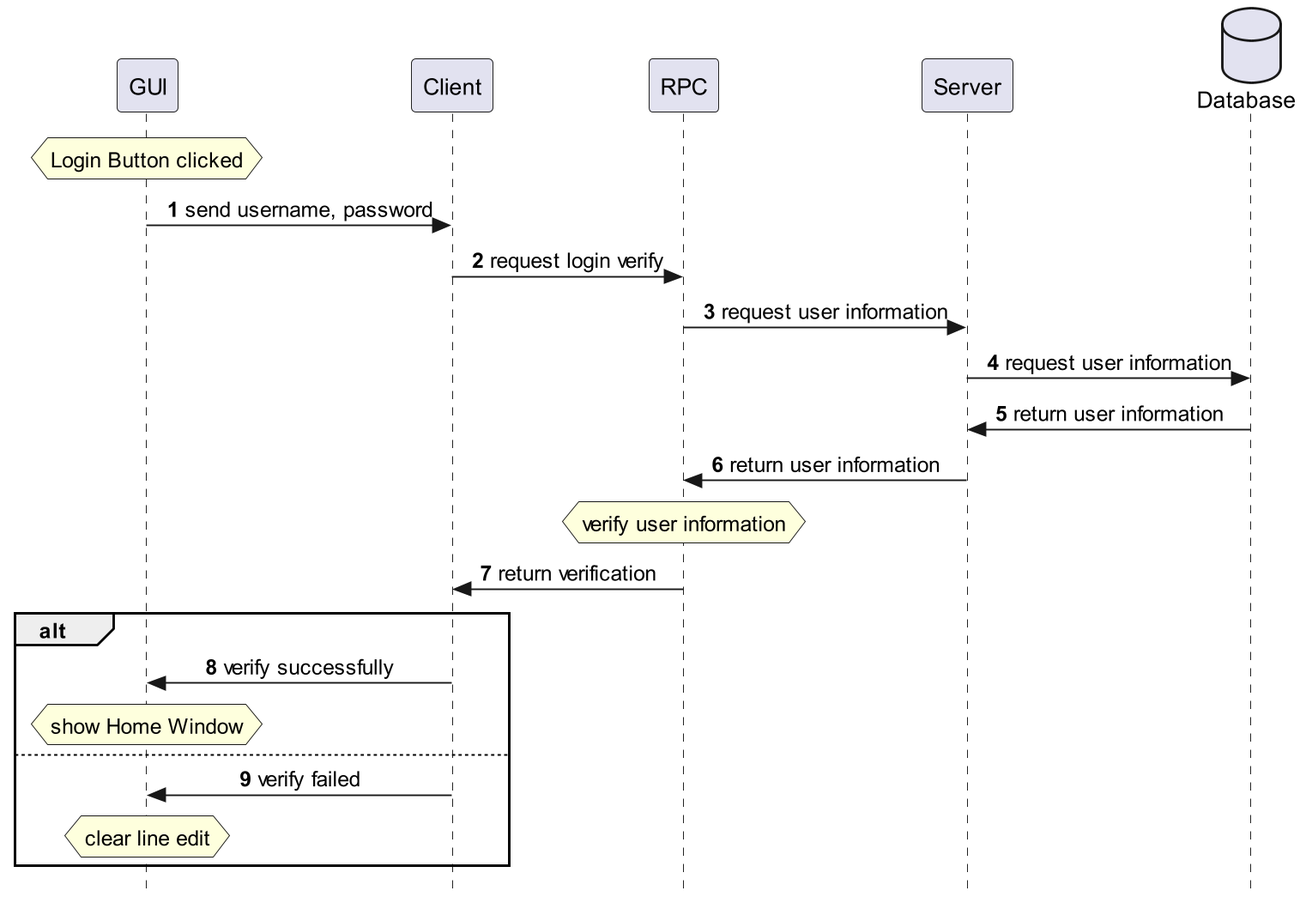
The PlantUML diagram Docs/Flow Chart/login.png in jack41402/Networking-Final, before a commit. The source it was exported from:
```plantuml
@startuml
skinparam sequenceMessageAlign center
skinparam responseMessageBelowArrow false
skinparam style strictuml
hide unlinked
autonumber

database "Database" as sql order 4
participant "Server" as server order 3
participant "RPC" as rpc order 2
participant "Client" as client order 1
participant "GUI" as gui order 0

hnote over gui: Login Button clicked
gui -> client: send username, password
client -> rpc: request login verify
rpc -> server: request user information
server -> sql: request user information
server <- sql: return user information
rpc <- server: return user information
hnote over rpc: verify user information
client <- rpc: return verification
alt
    gui <- client: verify successfully
    hnote over gui: show Home Window
else
    gui <- client: verify failed
    hnote over gui: clear line edit
end

@enduml
```
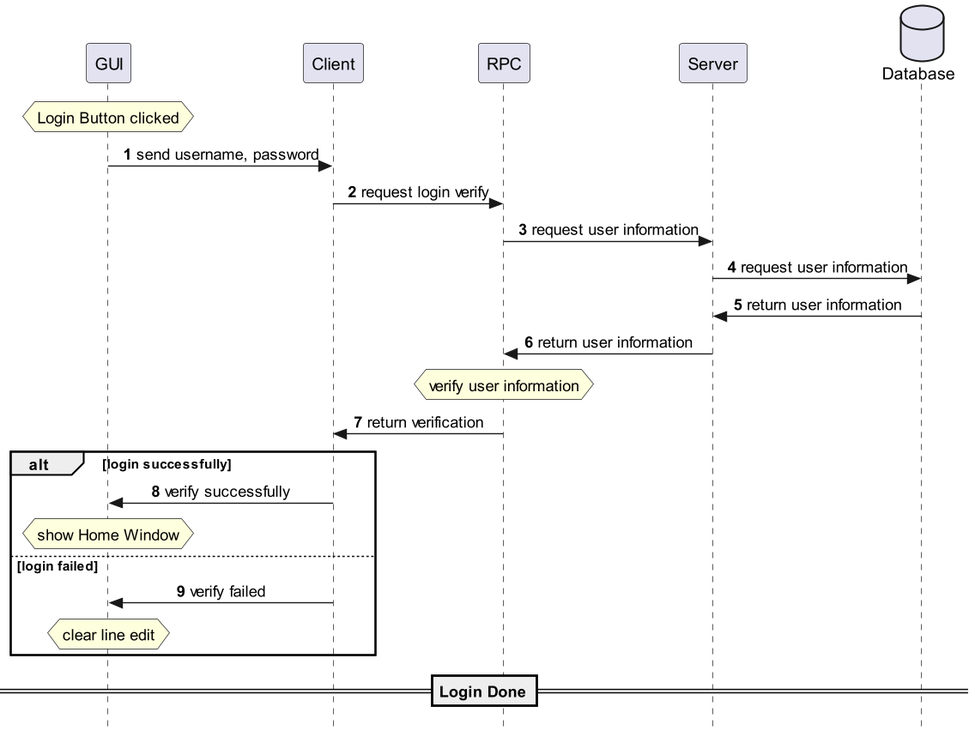
The same file after the commit.

The edit, as a diff of the source:
```diff
@@ -20,12 +20,13 @@
 rpc <- server: return user information
 hnote over rpc: verify user information
 client <- rpc: return verification
-alt
+alt login successfully
     gui <- client: verify successfully
     hnote over gui: show Home Window
-else
+else login failed
     gui <- client: verify failed
     hnote over gui: clear line edit
 end
+==Login Done==
 
 @enduml
```
